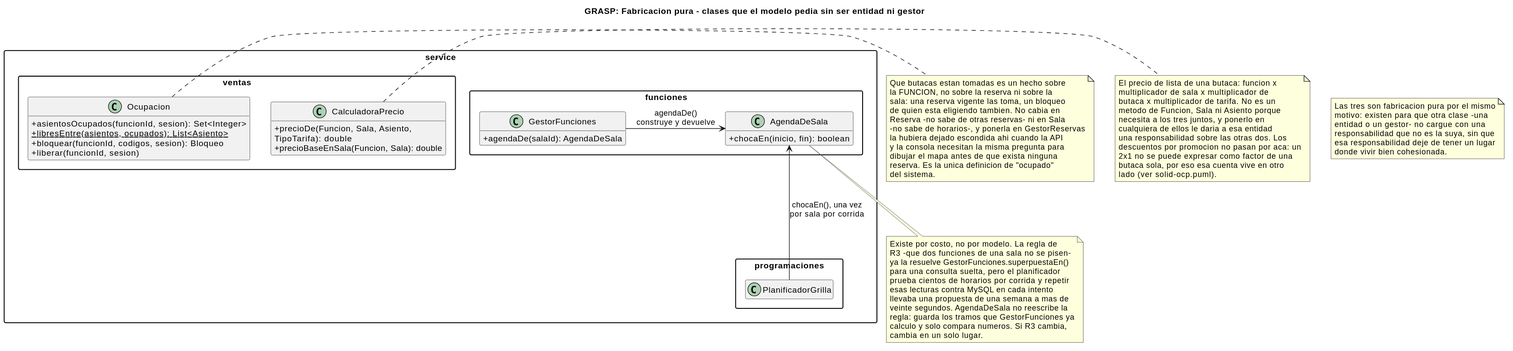
Before: _other/docs/diagramas/grasp-pure-fabrication.svg, a diagram exported from PlantUML (andreiveisuade/cine-uade).
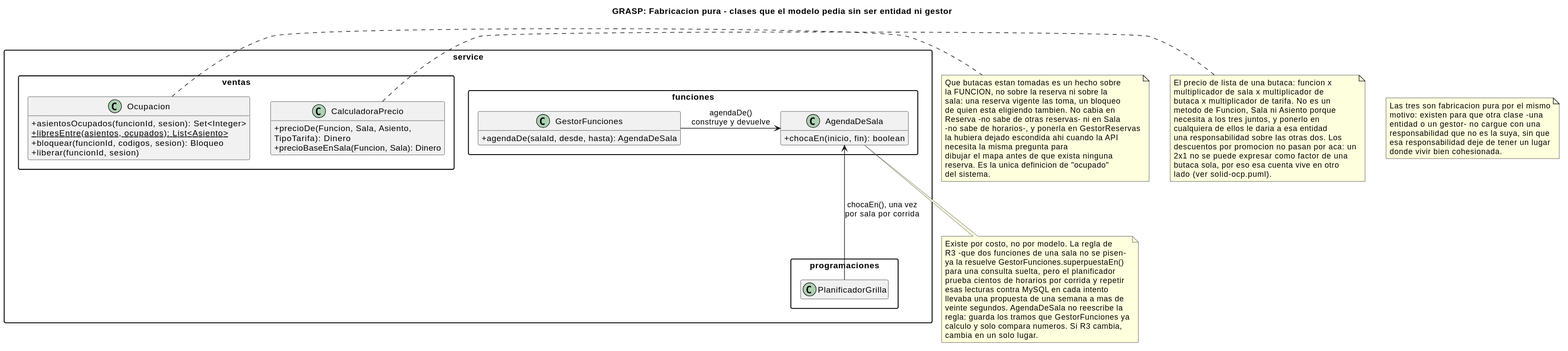
After the commit.

What changed in the source:
```diff
@@ -14,14 +14,14 @@
     +liberar(funcionId, sesion)
   }
   class CalculadoraPrecio {
-    +precioDe(Funcion, Sala, Asiento,\nTipoTarifa): double
-    +precioBaseEnSala(Funcion, Sala): double
+    +precioDe(Funcion, Sala, Asiento,\nTipoTarifa): Dinero
+    +precioBaseEnSala(Funcion, Sala): Dinero
   }
 }
 
 package "service.funciones" {
   class GestorFunciones {
-    +agendaDe(salaId): AgendaDeSala
+    +agendaDe(salaId, desde, hasta): AgendaDeSala
   }
   class AgendaDeSala {
     +chocaEn(inicio, fin): boolean
@@ -43,7 +43,7 @@
   Reserva -no sabe de otras reservas- ni en Sala
   -no sabe de horarios-, y ponerla en GestorReservas
   la hubiera dejado escondida ahi cuando la API
-  y la consola necesitan la misma pregunta para
+  necesita la misma pregunta para
   dibujar el mapa antes de que exista ninguna
   reserva. Es la unica definicion de "ocupado"
   del sistema.
```
